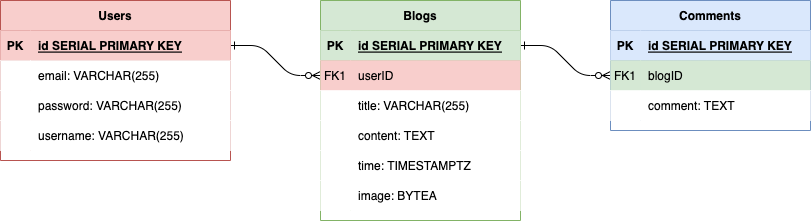
The draw.io diagram blog.drawio.png in taekim90/bloggit, before a commit. Source tidied: cells renumbered, new cells last; positions are measured from the earlier drawing's top-left corner, leaving out a move shared by most shapes. The source it was exported from:
```xml
<mxGraphModel background="#FFFFFF">
  <root>
    <mxCell id="0" />
    <mxCell id="1" parent="0" />
    <mxCell id="2" style="edgeStyle=entityRelationEdgeStyle;endArrow=ERzeroToMany;startArrow=ERone;endFill=1;startFill=0;" parent="1" edge="1" source="34" target="8">
      <mxGeometry relative="1" as="geometry" />
    </mxCell>
    <mxCell id="3" style="edgeStyle=entityRelationEdgeStyle;endArrow=ERzeroToMany;startArrow=ERone;endFill=1;startFill=0;" parent="1" edge="1" source="5" target="27">
      <mxGeometry relative="1" as="geometry" />
    </mxCell>
    <mxCell id="4" value="Blogs" style="shape=table;startSize=30;rowLines=0;fontStyle=1;align=center;fillColor=#d5e8d4;strokeColor=#82b366;" parent="1" vertex="1">
      <mxGeometry x="320" width="200" height="220" as="geometry" />
    </mxCell>
    <mxCell id="5" style="shape=partialRectangle;fillColor=#d5e8d4;points=[[0,0.5],[1,0.5]];portConstraint=eastwest;top=0;left=0;right=0;bottom=1;strokeColor=#82b366;" parent="4" vertex="1">
      <mxGeometry y="30" width="200" height="30" as="geometry" />
    </mxCell>
    <mxCell id="6" value="PK" style="shape=partialRectangle;overflow=hidden;fillColor=#d5e8d4;top=0;left=0;bottom=0;right=0;fontStyle=1;strokeColor=#82b366;" parent="5" vertex="1">
      <mxGeometry width="30" height="30" as="geometry" />
    </mxCell>
    <mxCell id="7" value="id SERIAL PRIMARY KEY" style="shape=partialRectangle;overflow=hidden;fillColor=#d5e8d4;top=0;left=0;bottom=0;right=0;align=left;spacingLeft=6;fontStyle=5;strokeColor=#82b366;" parent="5" vertex="1">
      <mxGeometry x="30" width="170" height="30" as="geometry" />
    </mxCell>
    <mxCell id="8" style="shape=partialRectangle;fillColor=#f8cecc;points=[[0,0.5],[1,0.5]];portConstraint=eastwest;top=0;left=0;right=0;bottom=0;strokeColor=#b85450;" parent="4" vertex="1">
      <mxGeometry y="60" width="200" height="30" as="geometry" />
    </mxCell>
    <mxCell id="9" value="FK1" style="shape=partialRectangle;overflow=hidden;fillColor=#f8cecc;top=0;left=0;bottom=0;right=0;strokeColor=#b85450;" parent="8" vertex="1">
      <mxGeometry width="30" height="30" as="geometry" />
    </mxCell>
    <mxCell id="10" value="userID" style="shape=partialRectangle;overflow=hidden;fillColor=#f8cecc;top=0;left=0;bottom=0;right=0;align=left;spacingLeft=6;strokeColor=#b85450;" parent="8" vertex="1">
      <mxGeometry x="30" width="170" height="30" as="geometry" />
    </mxCell>
    <mxCell id="11" style="shape=partialRectangle;top=0;left=0;right=0;bottom=0;" parent="4" vertex="1">
      <mxGeometry y="90" width="200" height="30" as="geometry" />
    </mxCell>
    <mxCell id="12" style="shape=partialRectangle;overflow=hidden;top=0;left=0;bottom=0;right=0;" parent="11" vertex="1">
      <mxGeometry width="30" height="30" as="geometry" />
    </mxCell>
    <mxCell id="13" value="title: VARCHAR(255)" style="shape=partialRectangle;overflow=hidden;top=0;left=0;bottom=0;right=0;align=left;spacingLeft=6;" parent="11" vertex="1">
      <mxGeometry x="30" width="170" height="30" as="geometry" />
    </mxCell>
    <mxCell id="14" style="shape=tableRow;horizontal=0;startSize=0;swimlaneHead=0;swimlaneBody=0;top=0;left=0;right=0;bottom=0;" parent="4" vertex="1">
      <mxGeometry y="120" width="200" height="30" as="geometry" />
    </mxCell>
    <mxCell id="15" style="shape=partialRectangle;top=0;left=0;bottom=0;right=0;overflow=hidden;" parent="14" vertex="1">
      <mxGeometry width="30" height="30" as="geometry" />
    </mxCell>
    <mxCell id="16" value="content: TEXT" style="shape=partialRectangle;top=0;left=0;bottom=0;right=0;align=left;spacingLeft=6;overflow=hidden;" parent="14" vertex="1">
      <mxGeometry x="30" width="170" height="30" as="geometry" />
    </mxCell>
    <mxCell id="17" style="shape=tableRow;horizontal=0;startSize=0;swimlaneHead=0;swimlaneBody=0;top=0;left=0;right=0;bottom=0;" parent="4" vertex="1">
      <mxGeometry y="150" width="200" height="30" as="geometry" />
    </mxCell>
    <mxCell id="18" style="shape=partialRectangle;top=0;left=0;bottom=0;right=0;overflow=hidden;" parent="17" vertex="1">
      <mxGeometry width="30" height="30" as="geometry" />
    </mxCell>
    <mxCell id="19" value="time: TIMESTAMPTZ" style="shape=partialRectangle;top=0;left=0;bottom=0;right=0;align=left;spacingLeft=6;overflow=hidden;" parent="17" vertex="1">
      <mxGeometry x="30" width="170" height="30" as="geometry" />
    </mxCell>
    <mxCell id="20" style="shape=tableRow;horizontal=0;startSize=0;swimlaneHead=0;swimlaneBody=0;top=0;left=0;right=0;bottom=0;" parent="4" vertex="1">
      <mxGeometry y="180" width="200" height="30" as="geometry" />
    </mxCell>
    <mxCell id="21" style="shape=partialRectangle;top=0;left=0;bottom=0;right=0;overflow=hidden;" parent="20" vertex="1">
      <mxGeometry width="30" height="30" as="geometry" />
    </mxCell>
    <mxCell id="22" value="image: BYTEA" style="shape=partialRectangle;top=0;left=0;bottom=0;right=0;align=left;spacingLeft=6;overflow=hidden;" parent="20" vertex="1">
      <mxGeometry x="30" width="170" height="30" as="geometry" />
    </mxCell>
    <mxCell id="23" value="Comments" style="shape=table;startSize=30;rowLines=0;fontStyle=1;align=center;fillColor=#dae8fc;strokeColor=#6c8ebf;" parent="1" vertex="1">
      <mxGeometry x="610" width="200" height="130" as="geometry" />
    </mxCell>
    <mxCell id="24" style="shape=partialRectangle;fillColor=#dae8fc;top=0;left=0;right=0;bottom=1;strokeColor=#6c8ebf;" parent="23" vertex="1">
      <mxGeometry y="30" width="200" height="30" as="geometry" />
    </mxCell>
    <mxCell id="25" value="PK" style="shape=partialRectangle;overflow=hidden;fillColor=#dae8fc;top=0;left=0;bottom=0;right=0;fontStyle=1;strokeColor=#6c8ebf;" parent="24" vertex="1">
      <mxGeometry width="30" height="30" as="geometry" />
    </mxCell>
    <mxCell id="26" value="id SERIAL PRIMARY KEY" style="shape=partialRectangle;overflow=hidden;fillColor=#dae8fc;top=0;left=0;bottom=0;right=0;align=left;spacingLeft=6;fontStyle=5;strokeColor=#6c8ebf;" parent="24" vertex="1">
      <mxGeometry x="30" width="170" height="30" as="geometry" />
    </mxCell>
    <mxCell id="27" style="shape=partialRectangle;fillColor=#d5e8d4;points=[[0,0.5],[1,0.5]];portConstraint=eastwest;top=0;left=0;right=0;bottom=0;strokeColor=#82b366;" parent="23" vertex="1">
      <mxGeometry y="60" width="200" height="30" as="geometry" />
    </mxCell>
    <mxCell id="28" value="FK1" style="shape=partialRectangle;overflow=hidden;fillColor=#d5e8d4;top=0;left=0;bottom=0;right=0;strokeColor=#82b366;" parent="27" vertex="1">
      <mxGeometry width="30" height="30" as="geometry" />
    </mxCell>
    <mxCell id="29" value="blogID" style="shape=partialRectangle;overflow=hidden;fillColor=#d5e8d4;top=0;left=0;bottom=0;right=0;align=left;spacingLeft=6;strokeColor=#82b366;" parent="27" vertex="1">
      <mxGeometry x="30" width="170" height="30" as="geometry" />
    </mxCell>
    <mxCell id="30" style="shape=partialRectangle;top=0;left=0;right=0;bottom=0;" parent="23" vertex="1">
      <mxGeometry y="90" width="200" height="30" as="geometry" />
    </mxCell>
    <mxCell id="31" style="shape=partialRectangle;overflow=hidden;top=0;left=0;bottom=0;right=0;" parent="30" vertex="1">
      <mxGeometry width="30" height="30" as="geometry" />
    </mxCell>
    <mxCell id="32" value="comment: TEXT" style="shape=partialRectangle;overflow=hidden;top=0;left=0;bottom=0;right=0;align=left;spacingLeft=6;" parent="30" vertex="1">
      <mxGeometry x="30" width="170" height="30" as="geometry" />
    </mxCell>
    <mxCell id="33" value="Users" style="shape=table;startSize=30;rowLines=0;fontStyle=1;align=center;fillColor=#f8cecc;strokeColor=#b85450;" parent="1" vertex="1">
      <mxGeometry width="230" height="160" as="geometry" />
    </mxCell>
    <mxCell id="34" style="shape=partialRectangle;fillColor=#f8cecc;points=[[0,0.5],[1,0.5]];portConstraint=eastwest;top=0;left=0;right=0;bottom=1;strokeColor=#b85450;" parent="33" vertex="1">
      <mxGeometry y="30" width="230" height="30" as="geometry" />
    </mxCell>
    <mxCell id="35" value="PK" style="shape=partialRectangle;overflow=hidden;fillColor=#f8cecc;top=0;left=0;bottom=0;right=0;fontStyle=1;strokeColor=#b85450;" parent="34" vertex="1">
      <mxGeometry width="30" height="30" as="geometry" />
    </mxCell>
    <mxCell id="36" value="id SERIAL PRIMARY KEY" style="shape=partialRectangle;overflow=hidden;fillColor=#f8cecc;top=0;left=0;bottom=0;right=0;align=left;spacingLeft=6;fontStyle=5;strokeColor=#b85450;" parent="34" vertex="1">
      <mxGeometry x="30" width="200" height="30" as="geometry" />
    </mxCell>
    <mxCell id="37" style="shape=partialRectangle;top=0;left=0;right=0;bottom=0;" parent="33" vertex="1">
      <mxGeometry y="60" width="230" height="30" as="geometry" />
    </mxCell>
    <mxCell id="38" style="shape=partialRectangle;overflow=hidden;top=0;left=0;bottom=0;right=0;" parent="37" vertex="1">
      <mxGeometry width="30" height="30" as="geometry" />
    </mxCell>
    <mxCell id="39" value="email: VARCHAR(255)" style="shape=partialRectangle;overflow=hidden;top=0;left=0;bottom=0;right=0;align=left;spacingLeft=6;" parent="37" vertex="1">
      <mxGeometry x="30" width="200" height="30" as="geometry" />
    </mxCell>
    <mxCell id="40" style="shape=tableRow;horizontal=0;startSize=0;swimlaneHead=0;swimlaneBody=0;top=0;left=0;right=0;bottom=0;" parent="33" vertex="1">
      <mxGeometry y="90" width="230" height="30" as="geometry" />
    </mxCell>
    <mxCell id="41" style="shape=partialRectangle;top=0;left=0;bottom=0;right=0;overflow=hidden;" parent="40" vertex="1">
      <mxGeometry width="30" height="30" as="geometry" />
    </mxCell>
    <mxCell id="42" value="password: VARCHAR(255)" style="shape=partialRectangle;top=0;left=0;bottom=0;right=0;align=left;spacingLeft=6;overflow=hidden;" parent="40" vertex="1">
      <mxGeometry x="30" width="200" height="30" as="geometry" />
    </mxCell>
    <mxCell id="43" style="shape=tableRow;horizontal=0;startSize=0;swimlaneHead=0;swimlaneBody=0;top=0;left=0;right=0;bottom=0;" parent="33" vertex="1">
      <mxGeometry y="120" width="230" height="30" as="geometry" />
    </mxCell>
    <mxCell id="44" style="shape=partialRectangle;top=0;left=0;bottom=0;right=0;overflow=hidden;" parent="43" vertex="1">
      <mxGeometry width="30" height="30" as="geometry" />
    </mxCell>
    <mxCell id="45" value="username: VARCHAR(255)" style="shape=partialRectangle;top=0;left=0;bottom=0;right=0;align=left;spacingLeft=6;overflow=hidden;" parent="43" vertex="1">
      <mxGeometry x="30" width="200" height="30" as="geometry" />
    </mxCell>
  </root>
</mxGraphModel>
```
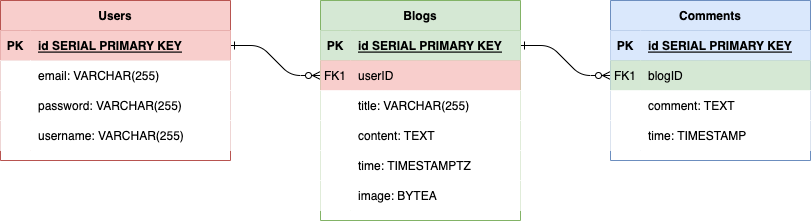
After the change.

Change to the diagram source:
```diff
@@ -66,7 +66,7 @@
       <mxGeometry x="30" width="170" height="30" as="geometry" />
     </mxCell>
     <mxCell id="23" value="Comments" style="shape=table;startSize=30;rowLines=0;fontStyle=1;align=center;fillColor=#dae8fc;strokeColor=#6c8ebf;" parent="1" vertex="1">
-      <mxGeometry x="610" width="200" height="130" as="geometry" />
+      <mxGeometry x="610" width="200" height="160" as="geometry" />
     </mxCell>
     <mxCell id="24" style="shape=partialRectangle;fillColor=#dae8fc;top=0;left=0;right=0;bottom=1;strokeColor=#6c8ebf;" parent="23" vertex="1">
       <mxGeometry y="30" width="200" height="30" as="geometry" />
@@ -95,6 +95,15 @@
     <mxCell id="32" value="comment: TEXT" style="shape=partialRectangle;overflow=hidden;top=0;left=0;bottom=0;right=0;align=left;spacingLeft=6;" parent="30" vertex="1">
       <mxGeometry x="30" width="170" height="30" as="geometry" />
     </mxCell>
+    <mxCell id="46" style="shape=tableRow;horizontal=0;startSize=0;swimlaneHead=0;swimlaneBody=0;top=0;left=0;right=0;bottom=0;" parent="23" vertex="1">
+      <mxGeometry y="120" width="200" height="30" as="geometry" />
+    </mxCell>
+    <mxCell id="47" style="shape=partialRectangle;top=0;left=0;bottom=0;right=0;overflow=hidden;" parent="46" vertex="1">
+      <mxGeometry width="30" height="30" as="geometry" />
+    </mxCell>
+    <mxCell id="48" value="time: TIMESTAMP" style="shape=partialRectangle;top=0;left=0;bottom=0;right=0;align=left;spacingLeft=6;overflow=hidden;" parent="46" vertex="1">
+      <mxGeometry x="30" width="170" height="30" as="geometry" />
+    </mxCell>
     <mxCell id="33" value="Users" style="shape=table;startSize=30;rowLines=0;fontStyle=1;align=center;fillColor=#f8cecc;strokeColor=#b85450;" parent="1" vertex="1">
       <mxGeometry width="230" height="160" as="geometry" />
     </mxCell>
```
